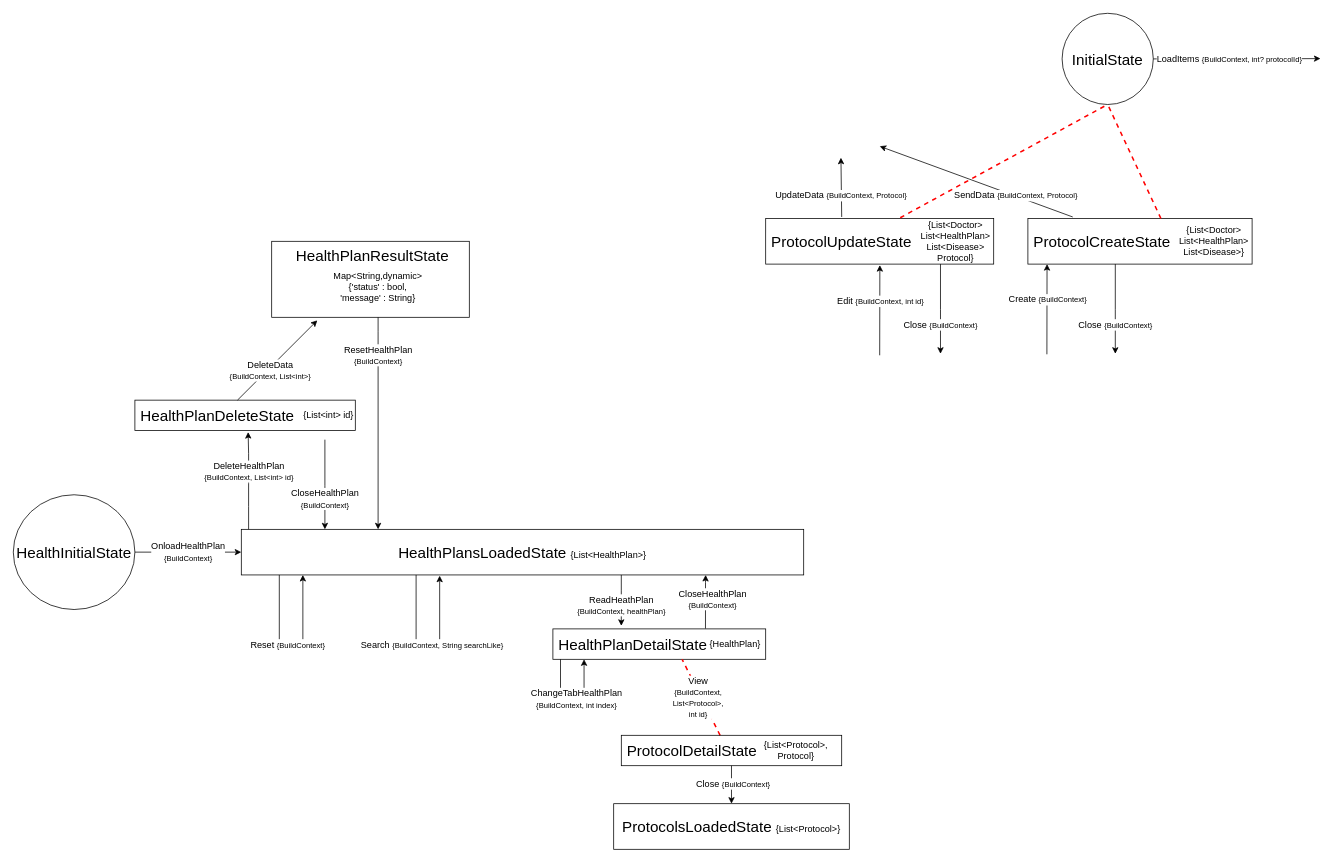
This is page "Page-2" (2 of 2) of Untitled Diagram.drawio from Tozzigh/aaa, a draw.io file, before an edit. Source tidied: cells renumbered, new cells numbered last; positions are measured from the earlier drawing's top-left corner, leaving out a move shared by most shapes. Both pictures are drawn from the tidied source at 76%, with x=0, y=0 at pixel (13, 13).
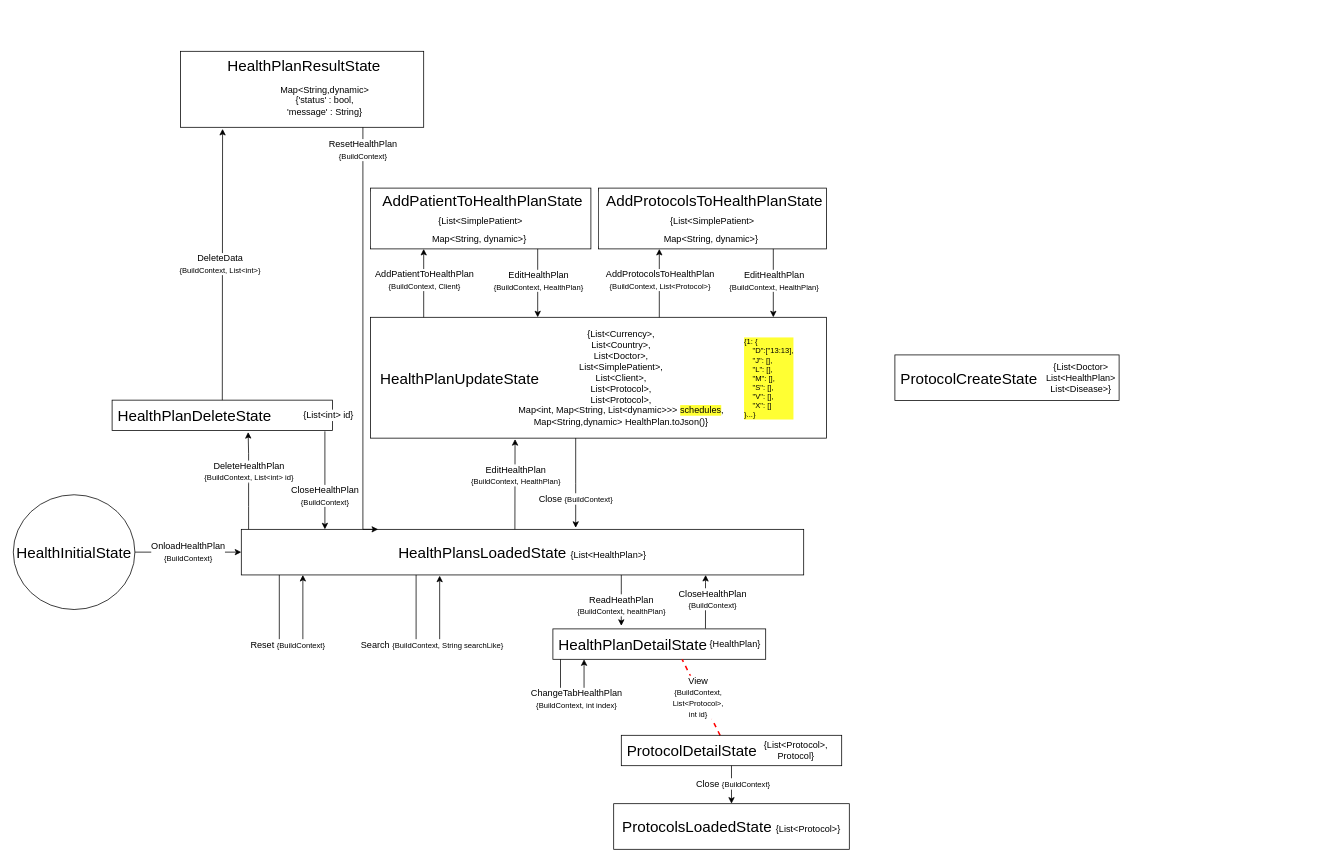
The same diagram, later.

Change to the diagram source:
```diff
@@
     <mxCell id="8" value="&amp;nbsp;HealthPlanDeleteState" style="rounded=0;whiteSpace=wrap;html=1;fontSize=20;fillColor=none;labelBackgroundColor=default;align=left;" parent="1" vertex="1">
-      <mxGeometry x="160" y="509" width="290" height="40" as="geometry" />
+      <mxGeometry x="130" y="509" width="290" height="40" as="geometry" />
     </mxCell>
@@
     <mxCell id="13" value="&amp;nbsp;HealthPlanResultState" style="rounded=0;whiteSpace=wrap;html=1;fontSize=20;fillColor=none;labelBackgroundColor=default;align=center;verticalAlign=top;" parent="1" vertex="1">
-      <mxGeometry x="340" y="300" width="260" height="100" as="geometry" />
+      <mxGeometry x="220" y="50" width="320" height="100" as="geometry" />
     </mxCell>
@@
-    <mxCell id="17" value="&amp;nbsp;ProtocolUpdateState" style="rounded=0;whiteSpace=wrap;html=1;fontSize=20;fillColor=none;labelBackgroundColor=default;align=left;" parent="1" vertex="1">
-      <mxGeometry x="990" y="270" width="300" height="60" as="geometry" />
+    <mxCell id="17" value="&amp;nbsp; HealthPlanUpdateState" style="rounded=0;whiteSpace=wrap;html=1;fontSize=20;fillColor=none;labelBackgroundColor=default;align=left;" parent="1" vertex="1">
+      <mxGeometry x="470" y="400" width="600" height="159" as="geometry" />
     </mxCell>
-    <mxCell id="18" value="CloseHealthPlan&lt;br&gt;&lt;font style=&quot;font-size: 10px&quot;&gt;{BuildContext}&lt;/font&gt;" style="edgeStyle=orthogonalEdgeStyle;rounded=0;orthogonalLoop=1;jettySize=auto;html=1;exitX=0.25;exitY=1;exitDx=0;exitDy=0;fontSize=12;labelBackgroundColor=default;" parent="1" edge="1">
+    <mxCell id="18" value="CloseHealthPlan&lt;br&gt;&lt;font style=&quot;font-size: 10px&quot;&gt;{BuildContext}&lt;/font&gt;" style="edgeStyle=orthogonalEdgeStyle;rounded=0;orthogonalLoop=1;jettySize=auto;html=1;fontSize=12;labelBackgroundColor=default;" parent="1" edge="1">
       <mxGeometry x="0.32" relative="1" as="geometry">
-        <mxPoint x="410" y="561" as="sourcePoint" />
+        <mxPoint x="410" y="550" as="sourcePoint" />
         <mxPoint x="410" y="679" as="targetPoint" />
         <Array as="points">
           <mxPoint x="410" y="621" />
           <mxPoint x="410" y="621" />
         </Array>
       </mxGeometry>
     </mxCell>
     <mxCell id="19" value="ResetHealthPlan&lt;br&gt;&lt;font style=&quot;font-size: 10px&quot;&gt;{BuildContext}&lt;/font&gt;" style="edgeStyle=orthogonalEdgeStyle;rounded=0;jettySize=auto;html=1;fontSize=12;labelBackgroundColor=default;" parent="1" edge="1" source="13">
-      <mxGeometry x="-0.64" relative="1" as="geometry">
+      <mxGeometry x="-0.89" relative="1" as="geometry">
         <mxPoint x="480" y="679" as="targetPoint" />
         <Array as="points">
-          <mxPoint x="480" y="419" />
-          <mxPoint x="480" y="419" />
+          <mxPoint x="460" y="679" />
         </Array>
       </mxGeometry>
     </mxCell>
     <mxCell id="20" style="endArrow=classic;html=1;rounded=0;fontSize=20;exitX=0;exitY=0;exitDx=0;exitDy=0;entryX=0.738;entryY=1.033;entryDx=0;entryDy=0;entryPerimeter=0;labelBackgroundColor=default;" parent="1" edge="1">
       <mxGeometry x="0.18" relative="1" as="geometry">
-        <mxPoint x="1140" y="450" as="sourcePoint" />
-        <mxPoint x="1140.2" y="331.3" as="targetPoint" />
+        <mxPoint x="660" y="679" as="sourcePoint" />
+        <mxPoint x="660.2" y="560.3" as="targetPoint" />
       </mxGeometry>
     </mxCell>
-    <mxCell id="21" value="Edit &lt;font size=&quot;1&quot;&gt;{BuildContext, int id}&lt;/font&gt;" style="edgeLabel;html=1;align=center;verticalAlign=middle;fontSize=12;labelBackgroundColor=default;" parent="20" vertex="1">
+    <mxCell id="21" value="EditHealthPlan&lt;br&gt;&lt;font size=&quot;1&quot;&gt;{BuildContext, HealthPlan}&lt;/font&gt;" style="edgeLabel;html=1;align=center;verticalAlign=middle;fontSize=12;labelBackgroundColor=default;" parent="20" vertex="1">
       <mxGeometry x="0.21" relative="1" as="geometry" />
     </mxCell>
-    <mxCell id="22" value="UpdateData&amp;nbsp;&lt;span style=&quot;font-size: x-small&quot;&gt;{BuildContext, Protocol}&lt;/span&gt;" style="endArrow=classic;html=1;rounded=0;fontSize=12;strokeColor=default;labelBackgroundColor=default;" parent="1" edge="1">
-      <mxGeometry x="-0.28" y="1" relative="1" as="geometry">
-        <mxPoint x="1090" y="268" as="sourcePoint" />
-        <mxPoint x="1089" y="190" as="targetPoint" />
-      </mxGeometry>
-    </mxCell>
-    <mxCell id="23" style="endArrow=classic;html=1;rounded=0;fontSize=12;strokeColor=default;labelBackgroundColor=default;" parent="1" edge="1">
-      <mxGeometry relative="1" as="geometry">
-        <mxPoint x="295" y="509" as="sourcePoint" />
-        <mxPoint x="400" y="404" as="targetPoint" />
-        <Array as="points">
-          <mxPoint x="360" y="444" />
-        </Array>
-      </mxGeometry>
+    <mxCell id="23" style="endArrow=classic;html=1;rounded=0;fontSize=12;strokeColor=default;labelBackgroundColor=default;exitX=0.5;exitY=0;exitDx=0;exitDy=0;entryX=0.173;entryY=1.021;entryDx=0;entryDy=0;entryPerimeter=0;" parent="1" edge="1" source="8" target="13">
+      <mxGeometry relative="1" as="geometry" />
     </mxCell>
     <mxCell id="24" value="DeleteData&lt;br&gt;&lt;font size=&quot;1&quot;&gt;{BuildContext, List&amp;lt;int&amp;gt;}&lt;/font&gt;" style="edgeLabel;html=1;align=center;verticalAlign=middle;fontSize=12;labelBackgroundColor=default;" parent="23" vertex="1">
       <mxGeometry x="0.11" relative="1" as="geometry">
-        <mxPoint x="-15" y="18" as="offset" />
+        <mxPoint x="-4" y="18" as="offset" />
       </mxGeometry>
     </mxCell>
     <mxCell id="25" value="Close&amp;nbsp;&lt;font style=&quot;font-size: 10px&quot;&gt;{BuildContext}&lt;/font&gt;" style="edgeStyle=orthogonalEdgeStyle;rounded=0;orthogonalLoop=1;jettySize=auto;html=1;exitX=0.25;exitY=1;exitDx=0;exitDy=0;fontSize=12;labelBackgroundColor=default;" parent="1" edge="1">
       <mxGeometry x="0.36" relative="1" as="geometry">
-        <mxPoint x="1220" y="330" as="sourcePoint" />
-        <mxPoint x="1220" y="448" as="targetPoint" />
+        <mxPoint x="740" y="559" as="sourcePoint" />
+        <mxPoint x="740" y="677" as="targetPoint" />
         <Array as="points">
-          <mxPoint x="1220" y="390" />
-          <mxPoint x="1220" y="390" />
+          <mxPoint x="740" y="619" />
+          <mxPoint x="740" y="619" />
         </Array>
       </mxGeometry>
     </mxCell>
     <mxCell id="26" value="&amp;nbsp;ProtocolCreateState" style="rounded=0;whiteSpace=wrap;html=1;fontSize=20;fillColor=none;labelBackgroundColor=default;align=left;" parent="1" vertex="1">
-      <mxGeometry x="1335" y="270" width="295" height="60" as="geometry" />
+      <mxGeometry x="1160" y="449.5" width="295" height="60" as="geometry" />
     </mxCell>
-    <mxCell id="27" style="endArrow=classic;html=1;rounded=0;fontSize=20;exitX=0;exitY=0;exitDx=0;exitDy=0;entryX=0.738;entryY=1.033;entryDx=0;entryDy=0;entryPerimeter=0;labelBackgroundColor=default;" parent="1" edge="1">
-      <mxGeometry x="0.18" relative="1" as="geometry">
-        <mxPoint x="1360" y="448.7" as="sourcePoint" />
-        <mxPoint x="1360.2" y="330" as="targetPoint" />
-      </mxGeometry>
-    </mxCell>
-    <mxCell id="28" value="Create &lt;font style=&quot;font-size: 10px&quot;&gt;{BuildContext}&lt;/font&gt;" style="edgeLabel;html=1;align=center;verticalAlign=middle;fontSize=12;labelBackgroundColor=default;" parent="27" vertex="1">
-      <mxGeometry x="0.21" relative="1" as="geometry" />
-    </mxCell>
-    <mxCell id="29" value="Close &lt;font style=&quot;font-size: 10px&quot;&gt;{BuildContext}&lt;/font&gt;" style="edgeStyle=orthogonalEdgeStyle;rounded=0;orthogonalLoop=1;jettySize=auto;html=1;exitX=0.25;exitY=1;exitDx=0;exitDy=0;fontSize=12;labelBackgroundColor=default;" parent="1" edge="1">
-      <mxGeometry x="0.36" relative="1" as="geometry">
-        <mxPoint x="1450" y="330" as="sourcePoint" />
-        <mxPoint x="1450" y="448" as="targetPoint" />
-        <Array as="points">
-          <mxPoint x="1450" y="390" />
-          <mxPoint x="1450" y="390" />
-        </Array>
-      </mxGeometry>
-    </mxCell>
-    <mxCell id="30" value="SendData &lt;font size=&quot;1&quot;&gt;{BuildContext, Protocol}&lt;/font&gt;" style="endArrow=classic;html=1;rounded=0;fontSize=12;strokeColor=default;labelBackgroundColor=default;" parent="1" edge="1">
-      <mxGeometry x="-0.41" y="-1" relative="1" as="geometry">
-        <mxPoint x="1394" y="268" as="sourcePoint" />
-        <mxPoint x="1140" y="175" as="targetPoint" />
-      </mxGeometry>
-    </mxCell>
@@
     <mxCell id="33" value="Map&amp;lt;String,dynamic&amp;gt;{'status' : bool, 'message' : String}" style="text;html=1;strokeColor=none;fillColor=none;align=center;verticalAlign=middle;whiteSpace=wrap;rounded=0;labelBackgroundColor=default;fontSize=12;" parent="1" vertex="1">
-      <mxGeometry x="450" y="344.5" width="60" height="30" as="geometry" />
+      <mxGeometry x="380" y="100" width="60" height="30" as="geometry" />
     </mxCell>
-    <mxCell id="34" value="{List&amp;lt;Doctor&amp;gt;&lt;div&gt;List&amp;lt;HealthPlan&amp;gt;&lt;/div&gt;List&amp;lt;Disease&amp;gt;&lt;br&gt;Protocol}" style="text;html=1;strokeColor=none;fillColor=none;align=center;verticalAlign=middle;whiteSpace=wrap;rounded=0;labelBackgroundColor=default;fontSize=12;" parent="1" vertex="1">
-      <mxGeometry x="1210" y="285" width="60" height="30" as="geometry" />
+    <mxCell id="34" value="{List&amp;lt;Currency&amp;gt;,&lt;div&gt;List&amp;lt;Country&amp;gt;,&lt;/div&gt;&lt;div&gt;List&amp;lt;Doctor&amp;gt;,&lt;/div&gt;&lt;div&gt;List&amp;lt;SimplePatient&amp;gt;,&lt;/div&gt;&lt;div&gt;List&amp;lt;Client&amp;gt;,&lt;/div&gt;&lt;div&gt;List&amp;lt;Protocol&amp;gt;,&lt;/div&gt;&lt;div&gt;List&amp;lt;Protocol&amp;gt;,&lt;/div&gt;&lt;div&gt;Map&amp;lt;int, Map&amp;lt;String, List&amp;lt;dynamic&amp;gt;&amp;gt;&amp;gt; &lt;span style=&quot;background-color: rgb(255 , 255 , 51)&quot;&gt;schedules&lt;/span&gt;,&lt;/div&gt;Map&amp;lt;String,dynamic&amp;gt; HealthPlan.toJson()}" style="text;html=1;strokeColor=none;fillColor=none;align=center;verticalAlign=middle;whiteSpace=wrap;rounded=0;labelBackgroundColor=none;fontSize=12;" parent="1" vertex="1">
+      <mxGeometry x="660" y="464.5" width="280" height="30" as="geometry" />
     </mxCell>
     <mxCell id="35" value="{List&amp;lt;Doctor&amp;gt;&lt;div&gt;List&amp;lt;HealthPlan&amp;gt;&lt;/div&gt;List&amp;lt;Disease&amp;gt;}" style="text;html=1;strokeColor=none;fillColor=none;align=center;verticalAlign=middle;whiteSpace=wrap;rounded=0;labelBackgroundColor=default;fontSize=12;" parent="1" vertex="1">
-      <mxGeometry x="1550" y="285" width="60" height="30" as="geometry" />
+      <mxGeometry x="1375" y="464.5" width="60" height="30" as="geometry" />
     </mxCell>
-    <mxCell id="36" style="endArrow=none;dashed=1;html=1;rounded=0;labelBackgroundColor=default;fontSize=10;fontColor=#000000;fillColor=#e51400;strokeColor=#FF0000;strokeWidth=2;" parent="1" edge="1">
-      <mxGeometry relative="1" as="geometry">
-        <mxPoint x="1510" y="270" as="sourcePoint" />
-        <mxPoint x="1440" y="120" as="targetPoint" />
-      </mxGeometry>
-    </mxCell>
-    <mxCell id="37" value="&lt;font style=&quot;font-size: 20px&quot;&gt;InitialState&lt;/font&gt;" style="ellipse;whiteSpace=wrap;html=1;fillColor=none;" parent="1" vertex="1">
-      <mxGeometry x="1380" width="120" height="120" as="geometry" />
-    </mxCell>
-    <mxCell id="38" style="endArrow=none;dashed=1;html=1;rounded=0;labelBackgroundColor=default;fontSize=10;fontColor=#000000;fillColor=#e51400;strokeColor=#FF0000;strokeWidth=2;" parent="1" edge="1">
-      <mxGeometry relative="1" as="geometry">
-        <mxPoint x="1167" y="269" as="sourcePoint" />
-        <mxPoint x="1438" y="121" as="targetPoint" />
-      </mxGeometry>
-    </mxCell>
-    <mxCell id="39" value="LoadItems&amp;nbsp;&lt;font style=&quot;font-size: 10px&quot;&gt;{&lt;/font&gt;&lt;font style=&quot;font-size: 10px&quot;&gt;BuildContext, int? protocolId&lt;/font&gt;&lt;font style=&quot;font-size: 10px&quot;&gt;}&lt;/font&gt;" style="edgeStyle=orthogonalEdgeStyle;rounded=0;jettySize=auto;html=1;fontSize=12;exitX=1;exitY=0.5;exitDx=0;exitDy=0;entryX=0;entryY=0.5;entryDx=0;entryDy=0;labelBackgroundColor=default;" parent="1" edge="1" source="37">
-      <mxGeometry x="-0.09" relative="1" as="geometry">
-        <mxPoint x="1720" y="59.6" as="targetPoint" />
-      </mxGeometry>
-    </mxCell>
@@
+    <mxCell id="49" style="endArrow=classic;html=1;rounded=0;fontSize=20;exitX=0;exitY=0;exitDx=0;exitDy=0;labelBackgroundColor=default;" parent="1" edge="1">
+      <mxGeometry x="0.18" relative="1" as="geometry">
+        <mxPoint x="540" y="400" as="sourcePoint" />
+        <mxPoint x="540" y="310" as="targetPoint" />
+      </mxGeometry>
+    </mxCell>
+    <mxCell id="50" value="AddPatientToHealthPlan&lt;br&gt;&lt;font size=&quot;1&quot;&gt;{BuildContext, Client}&lt;/font&gt;" style="edgeLabel;html=1;align=center;verticalAlign=middle;fontSize=12;labelBackgroundColor=default;" parent="49" vertex="1">
+      <mxGeometry x="0.21" relative="1" as="geometry">
+        <mxPoint y="4" as="offset" />
+      </mxGeometry>
+    </mxCell>
+    <mxCell id="51" value="&amp;nbsp;AddPatientToHealthPlanState &lt;font style=&quot;font-size: 12px&quot;&gt;{List&amp;lt;SimplePatient&amp;gt;&lt;br&gt;Map&amp;lt;String, dynamic&amp;gt;}&amp;nbsp;&lt;/font&gt;" style="rounded=0;whiteSpace=wrap;html=1;fontSize=20;fillColor=none;labelBackgroundColor=default;align=center;" parent="1" vertex="1">
+      <mxGeometry x="470" y="230" width="290" height="80" as="geometry" />
+    </mxCell>
+    <mxCell id="52" value="&lt;div style=&quot;font-size: 10px;&quot;&gt;{1: {&lt;/div&gt;&lt;div style=&quot;font-size: 10px;&quot;&gt;&amp;nbsp; &amp;nbsp; &quot;D&quot;:[&quot;13:13],&lt;/div&gt;&lt;div style=&quot;font-size: 10px;&quot;&gt;&amp;nbsp; &amp;nbsp; &quot;J&quot;: [],&lt;/div&gt;&lt;div style=&quot;font-size: 10px;&quot;&gt;&amp;nbsp; &amp;nbsp; &quot;L&quot;: [],&lt;/div&gt;&lt;div style=&quot;font-size: 10px;&quot;&gt;&amp;nbsp; &amp;nbsp; &quot;M&quot;: [],&lt;/div&gt;&lt;div style=&quot;font-size: 10px;&quot;&gt;&amp;nbsp; &amp;nbsp; &quot;S&quot;: [],&lt;/div&gt;&lt;div style=&quot;font-size: 10px;&quot;&gt;&amp;nbsp; &amp;nbsp; &quot;V&quot;: [],&lt;/div&gt;&lt;div style=&quot;font-size: 10px;&quot;&gt;&amp;nbsp; &amp;nbsp; &quot;X&quot;: []&lt;/div&gt;&lt;div style=&quot;font-size: 10px;&quot;&gt;&lt;span style=&quot;font-size: 10px;&quot;&gt;}...}&lt;/span&gt;&lt;/div&gt;" style="text;html=1;strokeColor=none;fillColor=none;align=left;verticalAlign=middle;whiteSpace=wrap;rounded=0;labelBackgroundColor=#FFFF33;fontSize=10;fontColor=default;" parent="1" vertex="1">
+      <mxGeometry x="960" y="464.5" width="90" height="30" as="geometry" />
+    </mxCell>
+    <mxCell id="53" style="endArrow=classic;html=1;rounded=0;fontSize=20;exitX=0;exitY=0;exitDx=0;exitDy=0;labelBackgroundColor=default;" parent="1" edge="1">
+      <mxGeometry x="0.18" relative="1" as="geometry">
+        <mxPoint x="690" y="310" as="sourcePoint" />
+        <mxPoint x="690" y="400" as="targetPoint" />
+      </mxGeometry>
+    </mxCell>
+    <mxCell id="54" value="EditHealthPlan&lt;br&gt;&lt;font size=&quot;1&quot;&gt;{BuildContext, HealthPlan}&lt;/font&gt;" style="edgeLabel;html=1;align=center;verticalAlign=middle;fontSize=12;labelBackgroundColor=default;" parent="53" vertex="1">
+      <mxGeometry x="0.21" relative="1" as="geometry">
+        <mxPoint y="-13" as="offset" />
+      </mxGeometry>
+    </mxCell>
+    <mxCell id="55" style="endArrow=classic;html=1;rounded=0;fontSize=20;exitX=0;exitY=0;exitDx=0;exitDy=0;labelBackgroundColor=default;" parent="1" edge="1">
+      <mxGeometry x="0.18" relative="1" as="geometry">
+        <mxPoint x="850" y="400" as="sourcePoint" />
+        <mxPoint x="850" y="310" as="targetPoint" />
+      </mxGeometry>
+    </mxCell>
+    <mxCell id="56" value="AddProtocolsToHealthPlan&lt;br&gt;&lt;font size=&quot;1&quot;&gt;{BuildContext, List&amp;lt;Protocol&amp;gt;}&lt;/font&gt;" style="edgeLabel;html=1;align=center;verticalAlign=middle;fontSize=12;labelBackgroundColor=default;" parent="55" vertex="1">
+      <mxGeometry x="0.21" relative="1" as="geometry">
+        <mxPoint y="4" as="offset" />
+      </mxGeometry>
+    </mxCell>
+    <mxCell id="57" value="&amp;nbsp;AddProtocolsToHealthPlanState &lt;font style=&quot;font-size: 12px&quot;&gt;{List&amp;lt;SimplePatient&amp;gt;&lt;br&gt;Map&amp;lt;String, dynamic&amp;gt;}&amp;nbsp;&lt;/font&gt;" style="rounded=0;whiteSpace=wrap;html=1;fontSize=20;fillColor=none;labelBackgroundColor=default;align=center;" parent="1" vertex="1">
+      <mxGeometry x="770" y="230" width="300" height="80" as="geometry" />
+    </mxCell>
+    <mxCell id="58" style="endArrow=classic;html=1;rounded=0;fontSize=20;exitX=0;exitY=0;exitDx=0;exitDy=0;labelBackgroundColor=default;" parent="1" edge="1">
+      <mxGeometry x="0.18" relative="1" as="geometry">
+        <mxPoint x="1000" y="310" as="sourcePoint" />
+        <mxPoint x="1000" y="400" as="targetPoint" />
+      </mxGeometry>
+    </mxCell>
+    <mxCell id="59" value="EditHealthPlan&lt;br&gt;&lt;font size=&quot;1&quot;&gt;{BuildContext, HealthPlan}&lt;/font&gt;" style="edgeLabel;html=1;align=center;verticalAlign=middle;fontSize=12;labelBackgroundColor=default;" parent="58" vertex="1">
+      <mxGeometry x="0.21" relative="1" as="geometry">
+        <mxPoint y="-13" as="offset" />
+      </mxGeometry>
+    </mxCell>
```
